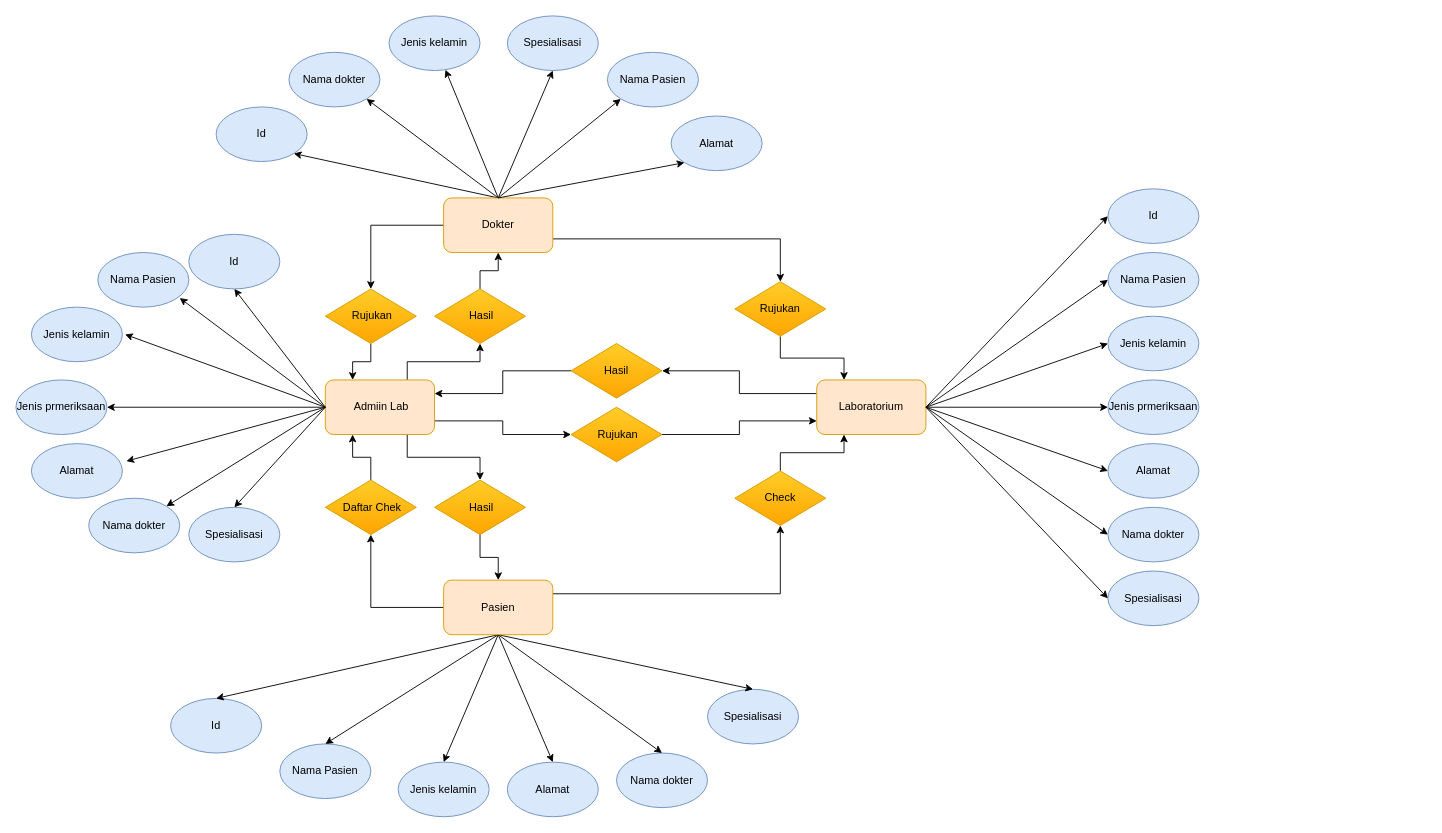
The draw.io diagram pertemuan2/pertemuan2 .drawio in Nurrohman10/IF214002, before the edit. Source tidied: cells renumbered, new cells numbered last; positions are measured from the earlier drawing's top-left corner, leaving out a move shared by most shapes. Both pictures are drawn from the tidied source at 91%, with x=0, y=0 at pixel (15, 15).
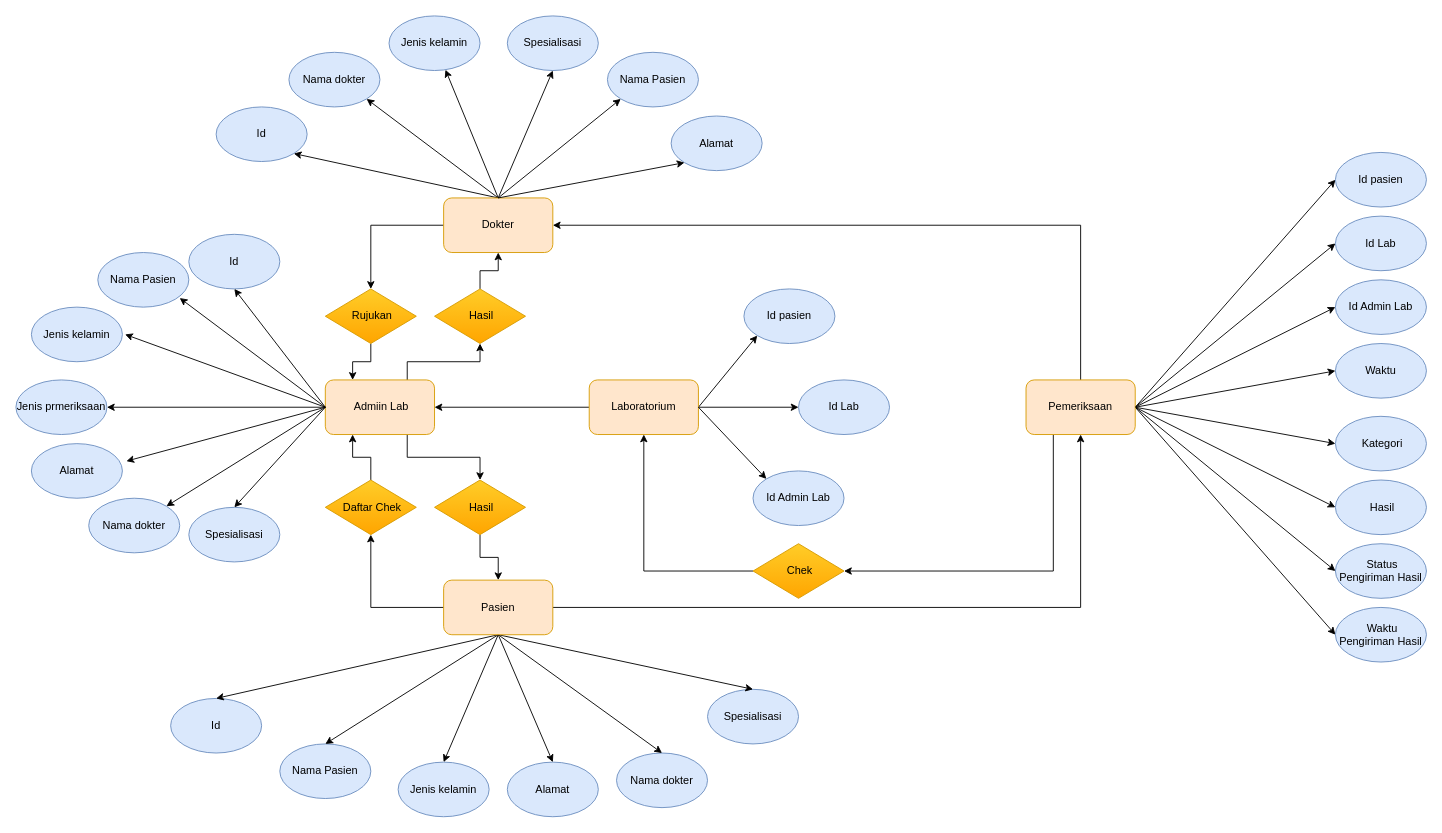
Above is the later version.

The change refers to these unchanged cells:
```xml
<mxCell id="7" value="Dokter" style="rounded=1;whiteSpace=wrap;html=1;fillColor=#ffe6cc;strokeColor=#d79b00;" parent="1" vertex="1">
  <mxGeometry x="470" y="200" width="120" height="60" as="geometry" />
</mxCell>
<mxCell id="47" value="Pasien" style="rounded=1;whiteSpace=wrap;html=1;fillColor=#ffe6cc;strokeColor=#d79b00;" parent="1" vertex="1">
  <mxGeometry x="470" y="620" width="120" height="60" as="geometry" />
</mxCell>
<mxCell id="51" value="&amp;nbsp;Admiin Lab" style="rounded=1;whiteSpace=wrap;html=1;fillColor=#ffe6cc;strokeColor=#d79b00;" parent="1" vertex="1">
  <mxGeometry x="340" y="400" width="120" height="60" as="geometry" />
</mxCell>
```

Change to the diagram source:
```diff
@@
-    <mxCell id="5" style="edgeStyle=orthogonalEdgeStyle;rounded=0;jettySize=auto;html=1;exitX=1;exitY=0.75;exitDx=0;exitDy=0;entryX=0.5;entryY=0;entryDx=0;entryDy=0;" parent="1" edge="1" source="7" target="67">
-      <mxGeometry relative="1" as="geometry" />
-    </mxCell>
@@
-    <mxCell id="29" style="edgeStyle=none;rounded=0;jettySize=auto;html=1;exitX=1;exitY=0.5;exitDx=0;exitDy=0;entryX=0;entryY=0.5;entryDx=0;entryDy=0;" parent="1" edge="1" source="31" target="32">
+    <mxCell id="29" style="edgeStyle=none;rounded=0;jettySize=auto;html=1;exitX=1;exitY=0.5;exitDx=0;exitDy=0;entryX=0;entryY=1;entryDx=0;entryDy=0;" parent="1" edge="1" source="31" target="32">
       <mxGeometry relative="1" as="geometry" />
     </mxCell>
-    <mxCell id="30" style="edgeStyle=orthogonalEdgeStyle;rounded=0;jettySize=auto;html=1;exitX=0;exitY=0.25;exitDx=0;exitDy=0;entryX=1;entryY=0.5;entryDx=0;entryDy=0;" parent="1" edge="1" source="31" target="71">
-      <mxGeometry relative="1" as="geometry" />
-    </mxCell>
+    <mxCell id="82" style="edgeStyle=orthogonalEdgeStyle;rounded=0;jettySize=auto;html=1;exitX=0;exitY=0.5;exitDx=0;exitDy=0;entryX=1;entryY=0.5;entryDx=0;entryDy=0;" parent="1" edge="1" source="31" target="51">
+      <mxGeometry relative="1" as="geometry" />
+    </mxCell>
     <mxCell id="31" value="Laboratorium" style="rounded=1;whiteSpace=wrap;html=1;fillColor=#ffe6cc;strokeColor=#d79b00;" parent="1" vertex="1">
-      <mxGeometry x="880" y="400" width="120" height="60" as="geometry" />
+      <mxGeometry x="630" y="400" width="120" height="60" as="geometry" />
     </mxCell>
-    <mxCell id="32" value="Id" style="ellipse;whiteSpace=wrap;html=1;strokeColor=#6c8ebf;fillColor=#dae8fc;" parent="1" vertex="1">
-      <mxGeometry x="1200" y="190" width="100" height="60" as="geometry" />
+    <mxCell id="32" value="Id pasien" style="ellipse;whiteSpace=wrap;html=1;strokeColor=#6c8ebf;fillColor=#dae8fc;" parent="1" vertex="1">
+      <mxGeometry x="800" y="300" width="100" height="60" as="geometry" />
     </mxCell>
-    <mxCell id="33" value="Nama Pasien" style="ellipse;whiteSpace=wrap;html=1;strokeColor=#6c8ebf;fillColor=#dae8fc;" parent="1" vertex="1">
-      <mxGeometry x="1200" y="260" width="100" height="60" as="geometry" />
-    </mxCell>
-    <mxCell id="34" value="Jenis kelamin" style="ellipse;whiteSpace=wrap;html=1;strokeColor=#6c8ebf;fillColor=#dae8fc;" parent="1" vertex="1">
-      <mxGeometry x="1200" y="330" width="100" height="60" as="geometry" />
+    <mxCell id="34" value="Waktu" style="ellipse;whiteSpace=wrap;html=1;strokeColor=#6c8ebf;fillColor=#dae8fc;" parent="1" vertex="1">
+      <mxGeometry x="1450" y="360" width="100" height="60" as="geometry" />
     </mxCell>
-    <mxCell id="35" value="Jenis prmeriksaan" style="ellipse;whiteSpace=wrap;html=1;strokeColor=#6c8ebf;fillColor=#dae8fc;" parent="1" vertex="1">
-      <mxGeometry x="1200" y="400" width="100" height="60" as="geometry" />
-    </mxCell>
-    <mxCell id="36" value="Alamat" style="ellipse;whiteSpace=wrap;html=1;strokeColor=#6c8ebf;fillColor=#dae8fc;" parent="1" vertex="1">
-      <mxGeometry x="1200" y="470" width="100" height="60" as="geometry" />
+    <mxCell id="36" value="&amp;nbsp;Kategori" style="ellipse;whiteSpace=wrap;html=1;strokeColor=#6c8ebf;fillColor=#dae8fc;" parent="1" vertex="1">
+      <mxGeometry x="1450" y="440" width="100" height="60" as="geometry" />
     </mxCell>
-    <mxCell id="37" value="Nama dokter" style="ellipse;whiteSpace=wrap;html=1;strokeColor=#6c8ebf;fillColor=#dae8fc;" parent="1" vertex="1">
-      <mxGeometry x="1200" y="540" width="100" height="60" as="geometry" />
+    <mxCell id="37" value="&amp;nbsp;Hasil" style="ellipse;whiteSpace=wrap;html=1;strokeColor=#6c8ebf;fillColor=#dae8fc;" parent="1" vertex="1">
+      <mxGeometry x="1450" y="510" width="100" height="60" as="geometry" />
     </mxCell>
-    <mxCell id="38" value="Spesialisasi" style="ellipse;whiteSpace=wrap;html=1;strokeColor=#6c8ebf;fillColor=#dae8fc;" parent="1" vertex="1">
-      <mxGeometry x="1200" y="610" width="100" height="60" as="geometry" />
-    </mxCell>
-    <mxCell id="39" style="edgeStyle=none;rounded=0;jettySize=auto;html=1;exitX=1;exitY=0.5;exitDx=0;exitDy=0;entryX=0;entryY=0.5;entryDx=0;entryDy=0;" parent="1" edge="1" source="31" target="33">
-      <mxGeometry relative="1" as="geometry" />
-    </mxCell>
-    <mxCell id="40" style="edgeStyle=none;rounded=0;jettySize=auto;html=1;exitX=1;exitY=0.5;exitDx=0;exitDy=0;entryX=0;entryY=0.5;entryDx=0;entryDy=0;" parent="1" edge="1" source="31" target="34">
-      <mxGeometry relative="1" as="geometry" />
-    </mxCell>
-    <mxCell id="41" style="edgeStyle=none;rounded=0;jettySize=auto;html=1;exitX=1;exitY=0.5;exitDx=0;exitDy=0;entryX=0;entryY=0.5;entryDx=0;entryDy=0;" parent="1" edge="1" source="31" target="35">
-      <mxGeometry relative="1" as="geometry" />
-    </mxCell>
-    <mxCell id="42" style="edgeStyle=none;rounded=0;jettySize=auto;html=1;entryX=0;entryY=0.5;entryDx=0;entryDy=0;" parent="1" edge="1" target="36">
-      <mxGeometry relative="1" as="geometry">
-        <mxPoint x="1000" y="430" as="sourcePoint" />
-      </mxGeometry>
-    </mxCell>
-    <mxCell id="43" style="edgeStyle=none;rounded=0;jettySize=auto;html=1;entryX=0;entryY=0.5;entryDx=0;entryDy=0;exitX=1;exitY=0.5;exitDx=0;exitDy=0;" parent="1" edge="1" source="31" target="37">
-      <mxGeometry relative="1" as="geometry" />
-    </mxCell>
-    <mxCell id="44" style="edgeStyle=none;rounded=0;jettySize=auto;html=1;entryX=0;entryY=0.5;entryDx=0;entryDy=0;exitX=1;exitY=0.5;exitDx=0;exitDy=0;" parent="1" edge="1" source="31" target="38">
-      <mxGeometry relative="1" as="geometry" />
-    </mxCell>
-    <mxCell id="45" style="edgeStyle=orthogonalEdgeStyle;rounded=0;jettySize=auto;html=1;exitX=1;exitY=0.25;exitDx=0;exitDy=0;entryX=0.5;entryY=1;entryDx=0;entryDy=0;" parent="1" edge="1" source="47" target="69">
-      <mxGeometry relative="1" as="geometry" />
-    </mxCell>
@@
+    <mxCell id="83" style="edgeStyle=orthogonalEdgeStyle;rounded=0;jettySize=auto;html=1;exitX=1;exitY=0.5;exitDx=0;exitDy=0;entryX=0.5;entryY=1;entryDx=0;entryDy=0;" parent="1" edge="1" source="47" target="97">
+      <mxGeometry relative="1" as="geometry" />
+    </mxCell>
@@
-    <mxCell id="50" style="edgeStyle=orthogonalEdgeStyle;rounded=0;jettySize=auto;html=1;exitX=1;exitY=0.75;exitDx=0;exitDy=0;entryX=0;entryY=0.5;entryDx=0;entryDy=0;" parent="1" edge="1" source="51" target="81">
-      <mxGeometry relative="1" as="geometry" />
-    </mxCell>
@@
-    <mxCell id="66" style="edgeStyle=orthogonalEdgeStyle;rounded=0;jettySize=auto;html=1;exitX=0.5;exitY=1;exitDx=0;exitDy=0;entryX=0.25;entryY=0;entryDx=0;entryDy=0;" parent="1" edge="1" source="67" target="31">
-      <mxGeometry relative="1" as="geometry" />
-    </mxCell>
-    <mxCell id="67" value="Rujukan" style="rhombus;whiteSpace=wrap;html=1;fillColor=#ffcd28;strokeColor=#d79b00;gradientColor=#ffa500;" parent="1" vertex="1">
-      <mxGeometry x="790" y="292" width="100" height="60" as="geometry" />
-    </mxCell>
-    <mxCell id="68" style="edgeStyle=orthogonalEdgeStyle;rounded=0;jettySize=auto;html=1;exitX=0.5;exitY=0;exitDx=0;exitDy=0;entryX=0.25;entryY=1;entryDx=0;entryDy=0;" parent="1" edge="1" source="69" target="31">
-      <mxGeometry relative="1" as="geometry" />
-    </mxCell>
-    <mxCell id="69" value="Check" style="rhombus;whiteSpace=wrap;html=1;fillColor=#ffcd28;strokeColor=#d79b00;gradientColor=#ffa500;" parent="1" vertex="1">
-      <mxGeometry x="790" y="500" width="100" height="60" as="geometry" />
-    </mxCell>
-    <mxCell id="70" style="edgeStyle=orthogonalEdgeStyle;rounded=0;jettySize=auto;html=1;exitX=0;exitY=0.5;exitDx=0;exitDy=0;entryX=1;entryY=0.25;entryDx=0;entryDy=0;" parent="1" edge="1" source="71" target="51">
-      <mxGeometry relative="1" as="geometry" />
-    </mxCell>
-    <mxCell id="71" value="Hasil" style="rhombus;whiteSpace=wrap;html=1;fillColor=#ffcd28;strokeColor=#d79b00;gradientColor=#ffa500;" parent="1" vertex="1">
-      <mxGeometry x="610" y="360" width="100" height="60" as="geometry" />
-    </mxCell>
@@
-    <mxCell id="80" style="edgeStyle=orthogonalEdgeStyle;rounded=0;jettySize=auto;html=1;exitX=1;exitY=0.5;exitDx=0;exitDy=0;entryX=0;entryY=0.75;entryDx=0;entryDy=0;" parent="1" edge="1" source="81" target="31">
-      <mxGeometry relative="1" as="geometry" />
-    </mxCell>
-    <mxCell id="81" value="&amp;nbsp;Rujukan" style="rhombus;whiteSpace=wrap;html=1;fillColor=#ffcd28;strokeColor=#d79b00;gradientColor=#ffa500;" parent="1" vertex="1">
-      <mxGeometry x="610" y="430" width="100" height="60" as="geometry" />
-    </mxCell>
+    <mxCell id="84" value="Id Lab" style="ellipse;whiteSpace=wrap;html=1;strokeColor=#6c8ebf;fillColor=#dae8fc;" parent="1" vertex="1">
+      <mxGeometry x="860" y="400" width="100" height="60" as="geometry" />
+    </mxCell>
+    <mxCell id="85" value="Id Admin Lab" style="ellipse;whiteSpace=wrap;html=1;strokeColor=#6c8ebf;fillColor=#dae8fc;" parent="1" vertex="1">
+      <mxGeometry x="810" y="500" width="100" height="60" as="geometry" />
+    </mxCell>
+    <mxCell id="86" style="edgeStyle=none;rounded=0;jettySize=auto;html=1;exitX=1;exitY=0.5;exitDx=0;exitDy=0;entryX=0;entryY=0.5;entryDx=0;entryDy=0;" parent="1" edge="1" source="31" target="84">
+      <mxGeometry relative="1" as="geometry" />
+    </mxCell>
+    <mxCell id="87" style="edgeStyle=none;rounded=0;jettySize=auto;html=1;exitX=1;exitY=0.5;exitDx=0;exitDy=0;entryX=0;entryY=0;entryDx=0;entryDy=0;" parent="1" edge="1" source="31" target="85">
+      <mxGeometry relative="1" as="geometry" />
+    </mxCell>
+    <mxCell id="88" style="edgeStyle=none;rounded=0;jettySize=auto;html=1;exitX=1;exitY=0.5;exitDx=0;exitDy=0;entryX=0;entryY=0.5;entryDx=0;entryDy=0;" parent="1" edge="1" source="97" target="98">
+      <mxGeometry relative="1" as="geometry" />
+    </mxCell>
+    <mxCell id="89" style="edgeStyle=none;rounded=0;jettySize=auto;html=1;exitX=1;exitY=0.5;exitDx=0;exitDy=0;entryX=0;entryY=0.5;entryDx=0;entryDy=0;" parent="1" edge="1" source="97" target="100">
+      <mxGeometry relative="1" as="geometry" />
+    </mxCell>
+    <mxCell id="90" style="edgeStyle=none;rounded=0;jettySize=auto;html=1;exitX=1;exitY=0.5;exitDx=0;exitDy=0;entryX=0;entryY=0.5;entryDx=0;entryDy=0;" parent="1" edge="1" source="97" target="34">
+      <mxGeometry relative="1" as="geometry" />
+    </mxCell>
+    <mxCell id="91" style="edgeStyle=none;rounded=0;jettySize=auto;html=1;exitX=1;exitY=0.5;exitDx=0;exitDy=0;entryX=0;entryY=0.5;entryDx=0;entryDy=0;" parent="1" edge="1" source="97" target="36">
+      <mxGeometry relative="1" as="geometry" />
+    </mxCell>
+    <mxCell id="92" style="edgeStyle=none;rounded=0;jettySize=auto;html=1;exitX=1;exitY=0.5;exitDx=0;exitDy=0;entryX=0;entryY=0.5;entryDx=0;entryDy=0;" parent="1" edge="1" source="97" target="37">
+      <mxGeometry relative="1" as="geometry" />
+    </mxCell>
+    <mxCell id="93" style="edgeStyle=none;rounded=0;jettySize=auto;html=1;exitX=1;exitY=0.5;exitDx=0;exitDy=0;entryX=0;entryY=0.5;entryDx=0;entryDy=0;" parent="1" edge="1" source="97" target="101">
+      <mxGeometry relative="1" as="geometry" />
+    </mxCell>
+    <mxCell id="94" style="edgeStyle=none;rounded=0;jettySize=auto;html=1;exitX=1;exitY=0.5;exitDx=0;exitDy=0;entryX=0;entryY=0.5;entryDx=0;entryDy=0;" parent="1" edge="1" source="97" target="102">
+      <mxGeometry relative="1" as="geometry" />
+    </mxCell>
+    <mxCell id="95" style="edgeStyle=orthogonalEdgeStyle;rounded=0;jettySize=auto;html=1;exitX=0.25;exitY=1;exitDx=0;exitDy=0;entryX=1;entryY=0.5;entryDx=0;entryDy=0;" parent="1" edge="1" source="97" target="105">
+      <mxGeometry relative="1" as="geometry" />
+    </mxCell>
+    <mxCell id="96" style="edgeStyle=orthogonalEdgeStyle;rounded=0;jettySize=auto;html=1;exitX=0.5;exitY=0;exitDx=0;exitDy=0;entryX=1;entryY=0.5;entryDx=0;entryDy=0;" parent="1" edge="1" source="97" target="7">
+      <mxGeometry relative="1" as="geometry" />
+    </mxCell>
+    <mxCell id="97" value="Pemeriksaan" style="rounded=1;whiteSpace=wrap;html=1;fillColor=#ffe6cc;strokeColor=#d79b00;" parent="1" vertex="1">
+      <mxGeometry x="1110" y="400" width="120" height="60" as="geometry" />
+    </mxCell>
+    <mxCell id="98" value="Id pasien" style="ellipse;whiteSpace=wrap;html=1;strokeColor=#6c8ebf;fillColor=#dae8fc;" parent="1" vertex="1">
+      <mxGeometry x="1450" y="150" width="100" height="60" as="geometry" />
+    </mxCell>
+    <mxCell id="99" value="Id Lab" style="ellipse;whiteSpace=wrap;html=1;strokeColor=#6c8ebf;fillColor=#dae8fc;" parent="1" vertex="1">
+      <mxGeometry x="1450" y="220" width="100" height="60" as="geometry" />
+    </mxCell>
+    <mxCell id="100" value="Id Admin Lab" style="ellipse;whiteSpace=wrap;html=1;strokeColor=#6c8ebf;fillColor=#dae8fc;" parent="1" vertex="1">
+      <mxGeometry x="1450" y="290" width="100" height="60" as="geometry" />
+    </mxCell>
+    <mxCell id="101" value="&amp;nbsp;Status Pengiriman Hasil" style="ellipse;whiteSpace=wrap;html=1;strokeColor=#6c8ebf;fillColor=#dae8fc;" parent="1" vertex="1">
+      <mxGeometry x="1450" y="580" width="100" height="60" as="geometry" />
+    </mxCell>
+    <mxCell id="102" value="&amp;nbsp;Waktu Pengiriman Hasil" style="ellipse;whiteSpace=wrap;html=1;strokeColor=#6c8ebf;fillColor=#dae8fc;" parent="1" vertex="1">
+      <mxGeometry x="1450" y="650" width="100" height="60" as="geometry" />
+    </mxCell>
+    <mxCell id="103" style="edgeStyle=none;rounded=0;jettySize=auto;html=1;exitX=1;exitY=0.5;exitDx=0;exitDy=0;entryX=0;entryY=0.5;entryDx=0;entryDy=0;" parent="1" edge="1" source="97" target="99">
+      <mxGeometry relative="1" as="geometry" />
+    </mxCell>
+    <mxCell id="104" style="edgeStyle=orthogonalEdgeStyle;rounded=0;jettySize=auto;html=1;exitX=0;exitY=0.5;exitDx=0;exitDy=0;entryX=0.5;entryY=1;entryDx=0;entryDy=0;" parent="1" edge="1" source="105" target="31">
+      <mxGeometry relative="1" as="geometry" />
+    </mxCell>
+    <mxCell id="105" value="&amp;nbsp;Chek" style="rhombus;whiteSpace=wrap;html=1;fillColor=#ffcd28;strokeColor=#d79b00;gradientColor=#ffa500;" parent="1" vertex="1">
+      <mxGeometry x="810" y="580" width="100" height="60" as="geometry" />
+    </mxCell>
```
